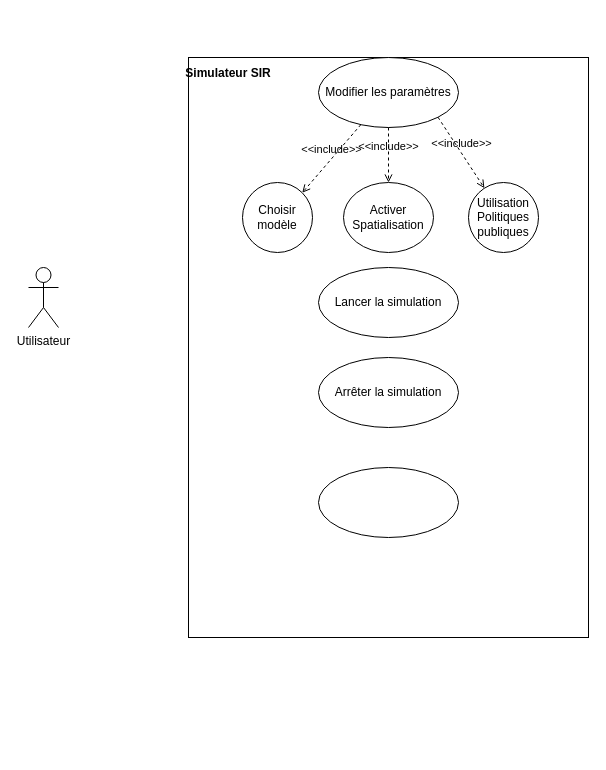
This is Untitled Diagram.drawio from thomas-binga/APO_SIR_PROJET, a draw.io file, before an edit. Source tidied: cells renumbered, new cells numbered last; positions are measured from the earlier drawing's top-left corner, leaving out a move shared by most shapes. Both pictures are drawn from the tidied source at 100%, with x=0, y=0 at pixel (28, 57).
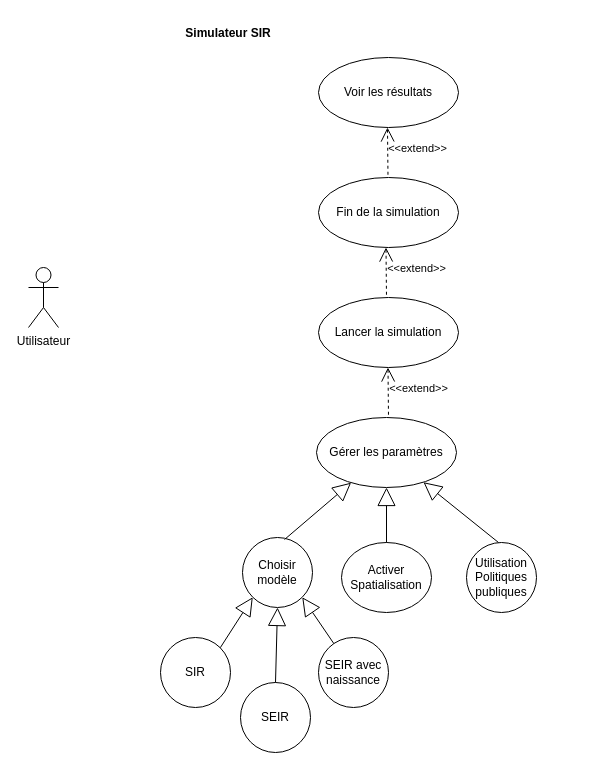
After the change.

The edit, as a diff of the source:
```diff
@@
-    <mxCell id="3" style="rounded=0;whiteSpace=wrap;html=1;" parent="1" vertex="1">
-      <mxGeometry x="160" width="400" height="580" as="geometry" />
-    </mxCell>
-    <mxCell id="4" value="Modifier les paramètres" style="ellipse;whiteSpace=wrap;html=1;" parent="1" vertex="1">
-      <mxGeometry x="290" width="140" height="70" as="geometry" />
+    <mxCell id="4" value="Gérer les paramètres" style="ellipse;whiteSpace=wrap;html=1;" parent="1" vertex="1">
+      <mxGeometry x="288" y="360" width="140" height="70" as="geometry" />
     </mxCell>
     <mxCell id="5" value="Lancer la simulation" style="ellipse;whiteSpace=wrap;html=1;" parent="1" vertex="1">
-      <mxGeometry x="290" y="210" width="140" height="70" as="geometry" />
+      <mxGeometry x="290" y="240" width="140" height="70" as="geometry" />
     </mxCell>
-    <mxCell id="6" value="Arrêter la simulation" style="ellipse;whiteSpace=wrap;html=1;" parent="1" vertex="1">
-      <mxGeometry x="290" y="300" width="140" height="70" as="geometry" />
+    <mxCell id="6" value="Fin de la simulation" style="ellipse;whiteSpace=wrap;html=1;" parent="1" vertex="1">
+      <mxGeometry x="290" y="120" width="140" height="70" as="geometry" />
     </mxCell>
-    <mxCell id="7" style="ellipse;whiteSpace=wrap;html=1;" parent="1" vertex="1">
-      <mxGeometry x="290" y="410" width="140" height="70" as="geometry" />
+    <mxCell id="7" value="Voir les résultats" style="ellipse;whiteSpace=wrap;html=1;" parent="1" vertex="1">
+      <mxGeometry x="290" width="140" height="70" as="geometry" />
     </mxCell>
     <mxCell id="8" value="Simulateur SIR" style="text;align=center;fontStyle=1;verticalAlign=middle;spacingLeft=3;spacingRight=3;strokeColor=none;" parent="1" vertex="1">
-      <mxGeometry x="160" width="80" height="30" as="geometry" />
+      <mxGeometry x="160" y="-40" width="80" height="30" as="geometry" />
     </mxCell>
     <mxCell id="9" value="Choisir modèle " style="ellipse;whiteSpace=wrap;html=1;" parent="1" vertex="1">
-      <mxGeometry x="214" y="125" width="70" height="70" as="geometry" />
+      <mxGeometry x="214" y="480" width="70" height="70" as="geometry" />
     </mxCell>
     <mxCell id="10" value="Activer Spatialisation" style="ellipse;whiteSpace=wrap;html=1;" parent="1" vertex="1">
-      <mxGeometry x="315" y="125" width="90" height="70" as="geometry" />
+      <mxGeometry x="313" y="485" width="90" height="70" as="geometry" />
     </mxCell>
     <mxCell id="11" value="Utilisation Politiques publiques" style="ellipse;whiteSpace=wrap;html=1;" parent="1" vertex="1">
-      <mxGeometry x="440" y="125" width="70" height="70" as="geometry" />
+      <mxGeometry x="438" y="485" width="70" height="70" as="geometry" />
     </mxCell>
-    <mxCell id="12" value="&amp;lt;&amp;lt;include&amp;gt;&amp;gt;" style="edgeStyle=none;html=1;endArrow=open;verticalAlign=bottom;dashed=1;labelBackgroundColor=none;entryX=1;entryY=0;entryDx=0;entryDy=0;" parent="1" edge="1" source="4" target="9">
-      <mxGeometry relative="1" as="geometry" />
-    </mxCell>
-    <mxCell id="13" value="&amp;lt;&amp;lt;include&amp;gt;&amp;gt;" style="edgeStyle=none;html=1;endArrow=open;verticalAlign=bottom;dashed=1;labelBackgroundColor=none;exitX=0.5;exitY=1;exitDx=0;exitDy=0;" parent="1" edge="1" source="4" target="10">
-      <mxGeometry relative="1" as="geometry" />
-    </mxCell>
-    <mxCell id="14" value="&amp;lt;&amp;lt;include&amp;gt;&amp;gt;" style="edgeStyle=none;html=1;endArrow=open;verticalAlign=bottom;dashed=1;labelBackgroundColor=none;exitX=1;exitY=1;exitDx=0;exitDy=0;" parent="1" edge="1" source="4" target="11">
-      <mxGeometry relative="1" as="geometry" />
-    </mxCell>
+    <mxCell id="15" value="&amp;lt;&amp;lt;extend&amp;gt;&amp;gt;" style="edgeStyle=none;html=1;startArrow=open;endArrow=none;startSize=12;verticalAlign=bottom;dashed=1;labelBackgroundColor=none;exitX=0.5;exitY=1;exitDx=0;exitDy=0;" parent="1" edge="1">
+      <mxGeometry x="0.2" y="30" relative="1" as="geometry">
+        <mxPoint x="357.5" y="190" as="sourcePoint" />
+        <mxPoint x="358" y="240" as="targetPoint" />
+      </mxGeometry>
+    </mxCell>
+    <mxCell id="16" value="&amp;lt;&amp;lt;extend&amp;gt;&amp;gt;" style="edgeStyle=none;html=1;startArrow=open;endArrow=none;startSize=12;verticalAlign=bottom;dashed=1;labelBackgroundColor=none;exitX=0.5;exitY=1;exitDx=0;exitDy=0;" parent="1" edge="1">
+      <mxGeometry x="0.2" y="30" relative="1" as="geometry">
+        <mxPoint x="359.5" y="310" as="sourcePoint" />
+        <mxPoint x="360" y="360" as="targetPoint" />
+      </mxGeometry>
+    </mxCell>
+    <mxCell id="17" style="endArrow=block;endSize=16;endFill=0;html=1;exitX=0.6;exitY=0.029;exitDx=0;exitDy=0;exitPerimeter=0;" parent="1" edge="1" source="9" target="4">
+      <mxGeometry x="-0.75" y="70" relative="1" as="geometry" />
+    </mxCell>
+    <mxCell id="18" style="endArrow=block;endSize=16;endFill=0;html=1;exitX=0.5;exitY=0;exitDx=0;exitDy=0;entryX=0.5;entryY=1;entryDx=0;entryDy=0;" parent="1" edge="1" source="10" target="4">
+      <mxGeometry x="-0.75" y="70" relative="1" as="geometry" />
+    </mxCell>
+    <mxCell id="19" style="endArrow=block;endSize=16;endFill=0;html=1;exitX=0.6;exitY=0.029;exitDx=0;exitDy=0;exitPerimeter=0;" parent="1" edge="1" target="4">
+      <mxGeometry x="-0.75" y="70" relative="1" as="geometry">
+        <mxPoint x="470" y="485" as="sourcePoint" />
+      </mxGeometry>
+    </mxCell>
+    <mxCell id="20" value="SIR" style="ellipse;whiteSpace=wrap;html=1;" parent="1" vertex="1">
+      <mxGeometry x="132" y="580" width="70" height="70" as="geometry" />
+    </mxCell>
+    <mxCell id="21" value="SEIR" style="ellipse;whiteSpace=wrap;html=1;" parent="1" vertex="1">
+      <mxGeometry x="212" y="625" width="70" height="70" as="geometry" />
+    </mxCell>
+    <mxCell id="22" value="SEIR avec naissance" style="ellipse;whiteSpace=wrap;html=1;" parent="1" vertex="1">
+      <mxGeometry x="290" y="580" width="70" height="70" as="geometry" />
+    </mxCell>
+    <mxCell id="23" style="endArrow=block;endSize=16;endFill=0;html=1;entryX=1;entryY=1;entryDx=0;entryDy=0;" parent="1" edge="1" source="22" target="9">
+      <mxGeometry x="-0.75" y="70" relative="1" as="geometry" />
+    </mxCell>
+    <mxCell id="24" style="endArrow=block;endSize=16;endFill=0;html=1;exitX=0.5;exitY=0;exitDx=0;exitDy=0;entryX=0.5;entryY=1;entryDx=0;entryDy=0;" parent="1" edge="1" source="21" target="9">
+      <mxGeometry x="-0.75" y="70" relative="1" as="geometry" />
+    </mxCell>
+    <mxCell id="25" style="endArrow=block;endSize=16;endFill=0;html=1;exitX=1;exitY=0;exitDx=0;exitDy=0;entryX=0;entryY=1;entryDx=0;entryDy=0;" parent="1" edge="1" source="20" target="9">
+      <mxGeometry x="-0.75" y="70" relative="1" as="geometry" />
+    </mxCell>
+    <mxCell id="26" value="&amp;lt;&amp;lt;extend&amp;gt;&amp;gt;" style="edgeStyle=none;html=1;startArrow=open;endArrow=none;startSize=12;verticalAlign=bottom;dashed=1;labelBackgroundColor=none;exitX=0.5;exitY=1;exitDx=0;exitDy=0;" parent="1" edge="1">
+      <mxGeometry x="0.2" y="30" relative="1" as="geometry">
+        <mxPoint x="359" y="70" as="sourcePoint" />
+        <mxPoint x="359.5" y="120" as="targetPoint" />
+      </mxGeometry>
+    </mxCell>
```
